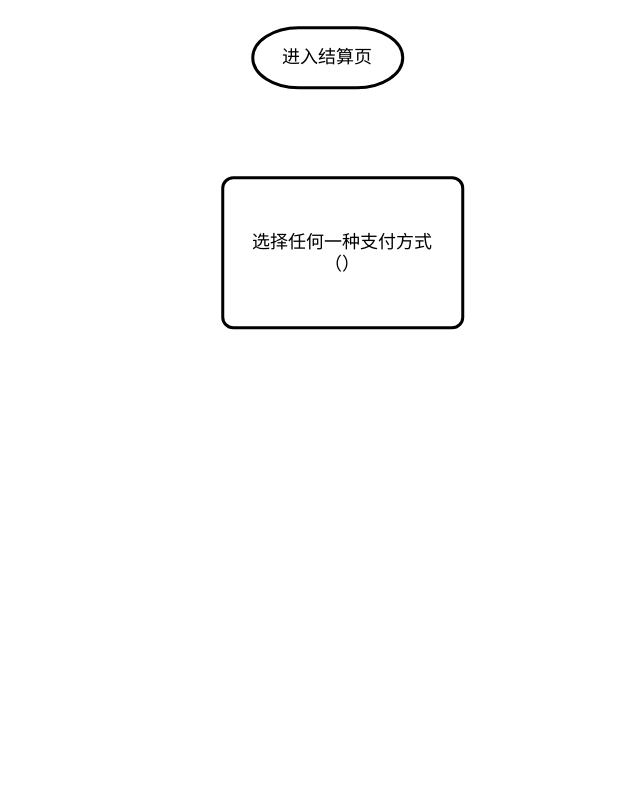
Before: 流程图.drawio in zjfworld/yangit, a draw.io diagram. Source tidied: cells renumbered, new cells numbered last; positions are measured from the earlier drawing's top-left corner, leaving out a move shared by most shapes. Both pictures are drawn from the tidied source at 150%, with x=0, y=0 at pixel (222, 27).
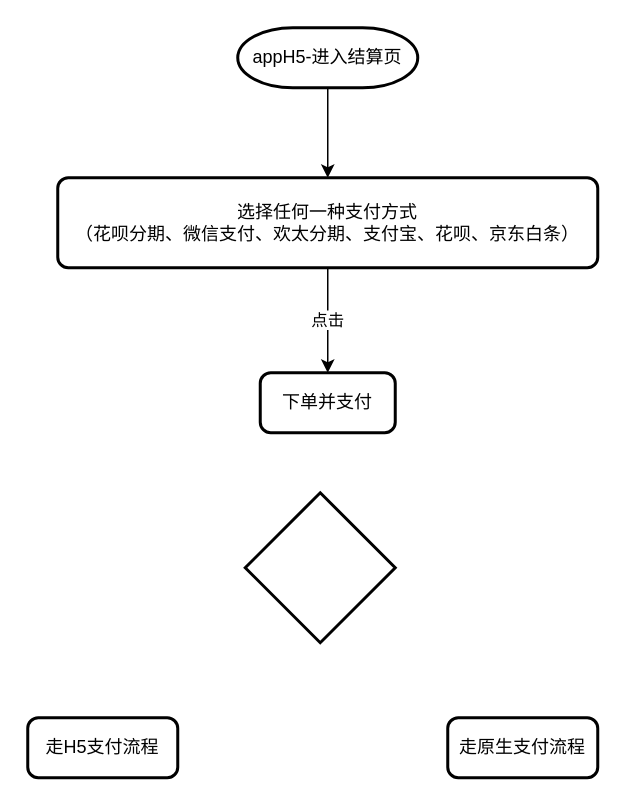
The same diagram, later.

Commit message:
更新流程图.drawio

Change to the diagram source:
```diff
@@
 <mxGraphModel>
   <root>
     <mxCell id="0" />
     <mxCell id="1" parent="0" />
+    <mxCell id="4" style="edgeStyle=orthogonalEdgeStyle;rounded=0;jettySize=auto;html=1;entryX=0.5;entryY=0;entryDx=0;entryDy=0;" parent="1" edge="1" source="2" target="3">
+      <mxGeometry relative="1" as="geometry" />
+    </mxCell>
-    <mxCell id="2" value="进入结算页" style="strokeWidth=2;html=1;shape=mxgraph.flowchart.terminator;whiteSpace=wrap;" parent="1" vertex="1">
-      <mxGeometry x="20" width="100" height="40" as="geometry" />
+    <mxCell id="2" value="appH5-进入结算页" style="strokeWidth=2;html=1;shape=mxgraph.flowchart.terminator;whiteSpace=wrap;" parent="1" vertex="1">
+      <mxGeometry x="10" width="120" height="40" as="geometry" />
     </mxCell>
+    <mxCell id="5" style="edgeStyle=orthogonalEdgeStyle;rounded=0;jettySize=auto;html=1;exitX=0.5;exitY=1;exitDx=0;exitDy=0;" parent="1" edge="1" source="3" target="9">
+      <mxGeometry relative="1" as="geometry" />
+    </mxCell>
+    <mxCell id="6" value="点击" style="edgeLabel;html=1;align=center;verticalAlign=middle;" parent="5" vertex="1">
+      <mxGeometry x="-0.03" y="-1" relative="1" as="geometry" />
+    </mxCell>
-    <mxCell id="3" value="选择任何一种支付方式&lt;br&gt;（）" style="rounded=1;whiteSpace=wrap;html=1;absoluteArcSize=1;arcSize=14;strokeWidth=2;" parent="1" vertex="1">
-      <mxGeometry y="100" width="160" height="100" as="geometry" />
+    <mxCell id="3" value="选择任何一种支付方式&lt;br&gt;（花呗分期、微信支付、欢太分期、支付宝、花呗、京东白条）" style="rounded=1;whiteSpace=wrap;html=1;absoluteArcSize=1;arcSize=14;strokeWidth=2;" parent="1" vertex="1">
+      <mxGeometry x="-110" y="100" width="360" height="60" as="geometry" />
     </mxCell>
+    <mxCell id="7" value="走H5支付流程" style="rounded=1;whiteSpace=wrap;html=1;absoluteArcSize=1;arcSize=14;strokeWidth=2;" parent="1" vertex="1">
+      <mxGeometry x="-130" y="460" width="100" height="40" as="geometry" />
+    </mxCell>
+    <mxCell id="8" value="走原生支付流程" style="rounded=1;whiteSpace=wrap;html=1;absoluteArcSize=1;arcSize=14;strokeWidth=2;" parent="1" vertex="1">
+      <mxGeometry x="150" y="460" width="100" height="40" as="geometry" />
+    </mxCell>
+    <mxCell id="9" value="下单并支付" style="rounded=1;whiteSpace=wrap;html=1;absoluteArcSize=1;arcSize=14;strokeWidth=2;" parent="1" vertex="1">
+      <mxGeometry x="25" y="230" width="90" height="40" as="geometry" />
+    </mxCell>
+    <mxCell id="10" style="strokeWidth=2;html=1;shape=mxgraph.flowchart.decision;whiteSpace=wrap;" parent="1" vertex="1">
+      <mxGeometry x="15" y="310" width="100" height="100" as="geometry" />
+    </mxCell>
   </root>
 </mxGraphModel>
```
